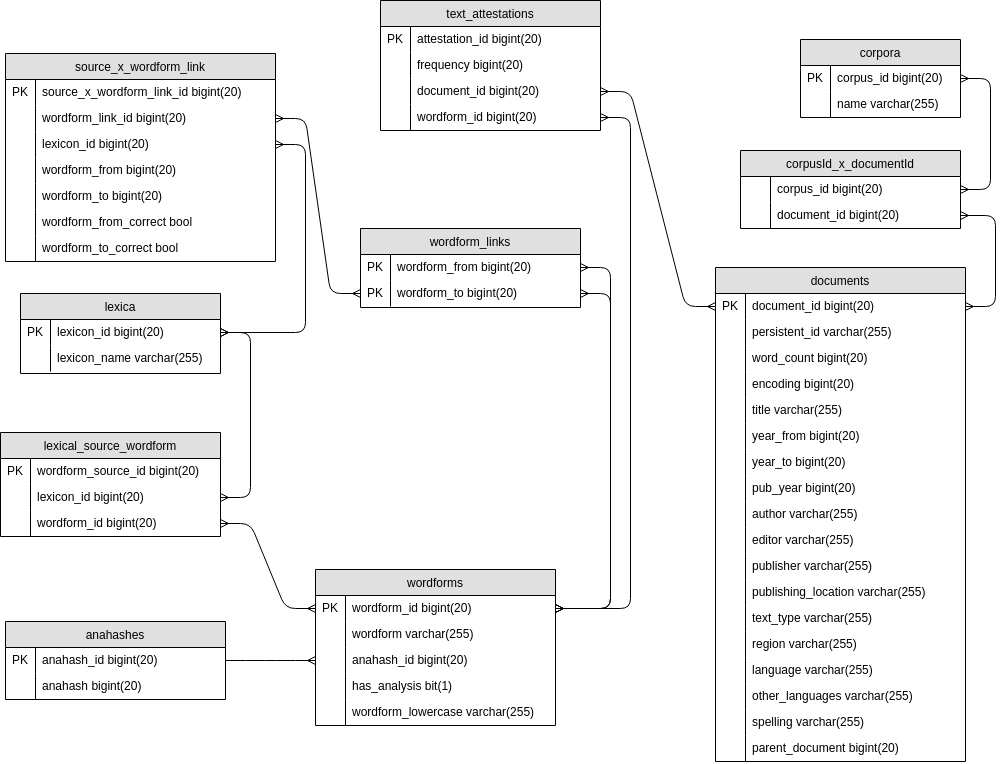
Before: img/ticclat.png, a diagram exported from draw.io (TICCLAT/docs). Source tidied: cells renumbered, new cells last; positions are measured from the earlier drawing's top-left corner, leaving out a move shared by most shapes.
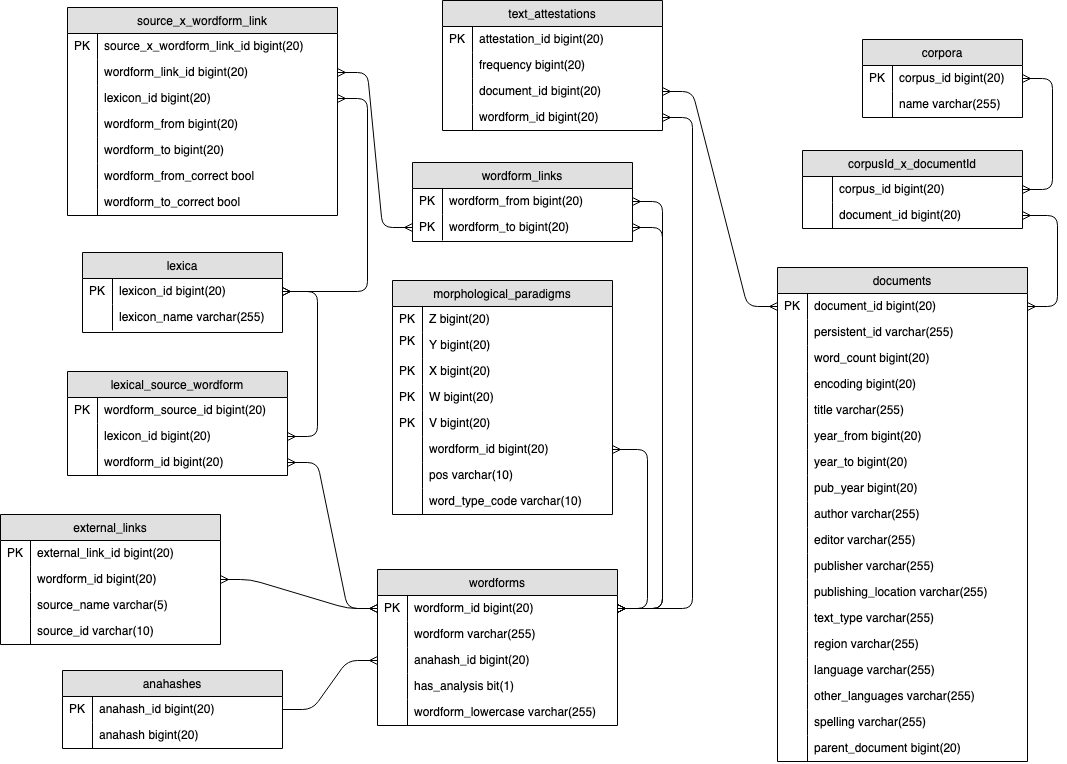
After the commit.

Commit message:
Add morphological paradigms and external links tables

The database schema was extended with a table for morphological paradigms and external links.

Diff of the diagram source:
```diff
@@ -3,7 +3,7 @@
     <mxCell id="0" />
     <mxCell id="1" parent="0" />
     <mxCell id="2" value="anahashes" style="swimlane;fontStyle=0;horizontal=1;startSize=26;fillColor=#e0e0e0;swimlaneFillColor=#ffffff;align=center;" parent="1" vertex="1">
-      <mxGeometry x="5" y="621" width="220" height="78" as="geometry" />
+      <mxGeometry y="670" width="220" height="78" as="geometry" />
     </mxCell>
     <mxCell id="3" value="anahash_id bigint(20) " style="shape=partialRectangle;top=0;left=0;right=0;bottom=0;align=left;verticalAlign=top;spacingTop=-2;fillColor=none;spacingLeft=34;spacingRight=4;overflow=hidden;points=[[0,0.5],[1,0.5]];portConstraint=eastwest;" parent="2" vertex="1">
       <mxGeometry y="26" width="220" height="26" as="geometry" />
@@ -144,7 +144,7 @@
       <mxGeometry width="30" height="26" as="geometry" />
     </mxCell>
     <mxCell id="49" value="lexica" style="swimlane;fontStyle=0;horizontal=1;startSize=26;fillColor=#e0e0e0;swimlaneFillColor=#ffffff;align=center;" parent="1" vertex="1">
-      <mxGeometry x="20" y="293" width="200" height="80" as="geometry" />
+      <mxGeometry x="20" y="252" width="200" height="80" as="geometry" />
     </mxCell>
     <mxCell id="50" value="lexicon_id bigint(20) " style="shape=partialRectangle;top=0;left=0;right=0;bottom=0;align=left;verticalAlign=top;spacingTop=-2;fillColor=none;spacingLeft=34;spacingRight=4;overflow=hidden;points=[[0,0.5],[1,0.5]];portConstraint=eastwest;" parent="49" vertex="1">
       <mxGeometry y="26" width="200" height="26" as="geometry" />
@@ -159,7 +159,7 @@
       <mxGeometry width="30" height="26" as="geometry" />
     </mxCell>
     <mxCell id="54" value="lexical_source_wordform" style="swimlane;fontStyle=0;horizontal=1;startSize=26;fillColor=#e0e0e0;swimlaneFillColor=#ffffff;align=center;" parent="1" vertex="1">
-      <mxGeometry y="432" width="220" height="104" as="geometry" />
+      <mxGeometry x="5" y="371" width="220" height="104" as="geometry" />
     </mxCell>
     <mxCell id="55" value="wordform_source_id bigint(20) " style="shape=partialRectangle;top=0;left=0;right=0;bottom=0;align=left;verticalAlign=top;spacingTop=-2;fillColor=none;spacingLeft=34;spacingRight=4;overflow=hidden;" parent="54" vertex="1">
       <mxGeometry y="26" width="220" height="26" as="geometry" />
@@ -180,7 +180,7 @@
       <mxGeometry width="30" height="26" as="geometry" />
     </mxCell>
     <mxCell id="61" value="source_x_wordform_link" style="swimlane;fontStyle=0;horizontal=1;startSize=26;fillColor=#e0e0e0;swimlaneFillColor=#ffffff;align=center;" parent="1" vertex="1">
-      <mxGeometry x="5" y="53" width="270" height="208" as="geometry" />
+      <mxGeometry x="5" y="7" width="270" height="208" as="geometry" />
     </mxCell>
     <mxCell id="62" value="source_x_wordform_link_id bigint(20)&#10;&#10; " style="shape=partialRectangle;top=0;left=0;right=0;bottom=0;align=left;verticalAlign=top;spacingTop=-2;fillColor=none;spacingLeft=34;spacingRight=4;overflow=hidden;" parent="61" vertex="1">
       <mxGeometry y="26" width="270" height="26" as="geometry" />
@@ -252,7 +252,7 @@
       <mxGeometry width="30" height="26" as="geometry" />
     </mxCell>
     <mxCell id="85" value="wordform_links" style="swimlane;fontStyle=0;horizontal=1;startSize=26;fillColor=#e0e0e0;swimlaneFillColor=#ffffff;align=center;" parent="1" vertex="1">
-      <mxGeometry x="360" y="228" width="220" height="79" as="geometry" />
+      <mxGeometry x="350" y="162" width="220" height="79" as="geometry" />
     </mxCell>
     <mxCell id="86" value="wordform_from bigint(20) " style="shape=partialRectangle;top=0;left=0;right=0;bottom=0;align=left;verticalAlign=top;spacingTop=-2;fillColor=none;spacingLeft=34;spacingRight=4;overflow=hidden;points=[[0,0.5],[1,0.5]];portConstraint=eastwest;" parent="85" vertex="1">
       <mxGeometry y="26" width="220" height="26" as="geometry" />
@@ -347,5 +347,89 @@
     <mxCell id="116" style="edgeStyle=entityRelationEdgeStyle;fontSize=12;html=1;endArrow=ERmany;" parent="1" edge="1" source="3" target="95">
       <mxGeometry relative="1" as="geometry" />
     </mxCell>
+    <mxCell id="117" value="morphological_paradigms" style="swimlane;fontStyle=0;horizontal=1;startSize=26;fillColor=#e0e0e0;swimlaneFillColor=#ffffff;align=center;" parent="1" vertex="1">
+      <mxGeometry x="330" y="280" width="220" height="234" as="geometry" />
+    </mxCell>
+    <mxCell id="118" value="Z bigint(20) " style="shape=partialRectangle;top=0;left=0;right=0;bottom=0;align=left;verticalAlign=top;spacingTop=-2;fillColor=none;spacingLeft=34;spacingRight=4;overflow=hidden;" parent="117" vertex="1">
+      <mxGeometry y="26" width="220" height="26" as="geometry" />
+    </mxCell>
+    <mxCell id="119" value="PK" style="shape=partialRectangle;top=0;left=0;bottom=0;fillColor=none;align=left;verticalAlign=middle;spacingLeft=4;spacingRight=4;overflow=hidden;" parent="118" vertex="1">
+      <mxGeometry width="30" height="26" as="geometry" />
+    </mxCell>
+    <mxCell id="120" value="Y bigint(20)&#10;" style="shape=partialRectangle;top=0;left=0;right=0;bottom=0;align=left;verticalAlign=top;spacingTop=-2;fillColor=none;spacingLeft=34;spacingRight=4;overflow=hidden;" parent="117" vertex="1">
+      <mxGeometry y="52" width="220" height="26" as="geometry" />
+    </mxCell>
+    <mxCell id="121" value="PK&#10;" style="shape=partialRectangle;top=0;left=0;bottom=0;fillColor=none;align=left;verticalAlign=middle;spacingLeft=4;spacingRight=4;overflow=hidden;" parent="120" vertex="1">
+      <mxGeometry width="30" height="26" as="geometry" />
+    </mxCell>
+    <mxCell id="122" value="X bigint(20)" style="shape=partialRectangle;top=0;left=0;right=0;bottom=0;align=left;verticalAlign=top;spacingTop=-2;fillColor=none;spacingLeft=34;spacingRight=4;overflow=hidden;" parent="117" vertex="1">
+      <mxGeometry y="78" width="220" height="26" as="geometry" />
+    </mxCell>
+    <mxCell id="123" value="PK" style="shape=partialRectangle;top=0;left=0;bottom=0;fillColor=none;align=left;verticalAlign=middle;spacingLeft=4;spacingRight=4;overflow=hidden;" parent="122" vertex="1">
+      <mxGeometry width="30" height="26" as="geometry" />
+    </mxCell>
+    <mxCell id="124" value="W bigint(20)" style="shape=partialRectangle;top=0;left=0;right=0;bottom=0;align=left;verticalAlign=top;spacingTop=-2;fillColor=none;spacingLeft=34;spacingRight=4;overflow=hidden;" parent="117" vertex="1">
+      <mxGeometry y="104" width="220" height="26" as="geometry" />
+    </mxCell>
+    <mxCell id="125" value="PK" style="shape=partialRectangle;top=0;left=0;bottom=0;fillColor=none;align=left;verticalAlign=middle;spacingLeft=4;spacingRight=4;overflow=hidden;" parent="124" vertex="1">
+      <mxGeometry width="30" height="26" as="geometry" />
+    </mxCell>
+    <mxCell id="126" value="V bigint(20)" style="shape=partialRectangle;top=0;left=0;right=0;bottom=0;align=left;verticalAlign=top;spacingTop=-2;fillColor=none;spacingLeft=34;spacingRight=4;overflow=hidden;" parent="117" vertex="1">
+      <mxGeometry y="130" width="220" height="26" as="geometry" />
+    </mxCell>
+    <mxCell id="127" value="PK" style="shape=partialRectangle;top=0;left=0;bottom=0;fillColor=none;align=left;verticalAlign=middle;spacingLeft=4;spacingRight=4;overflow=hidden;" parent="126" vertex="1">
+      <mxGeometry width="30" height="26" as="geometry" />
+    </mxCell>
+    <mxCell id="128" value="wordform_id bigint(20)" style="shape=partialRectangle;top=0;left=0;right=0;bottom=0;align=left;verticalAlign=top;spacingTop=-2;fillColor=none;spacingLeft=34;spacingRight=4;overflow=hidden;points=[[0,0.5],[1,0.5]];portConstraint=eastwest;" parent="117" vertex="1">
+      <mxGeometry y="156" width="220" height="26" as="geometry" />
+    </mxCell>
+    <mxCell id="129" style="shape=partialRectangle;top=0;left=0;bottom=0;fillColor=none;align=left;verticalAlign=middle;spacingLeft=4;spacingRight=4;overflow=hidden;" parent="128" vertex="1">
+      <mxGeometry width="30" height="26" as="geometry" />
+    </mxCell>
+    <mxCell id="130" value="pos varchar(10)" style="shape=partialRectangle;top=0;left=0;right=0;bottom=0;align=left;verticalAlign=top;spacingTop=-2;fillColor=none;spacingLeft=34;spacingRight=4;overflow=hidden;" parent="117" vertex="1">
+      <mxGeometry y="182" width="220" height="26" as="geometry" />
+    </mxCell>
+    <mxCell id="131" style="shape=partialRectangle;top=0;left=0;bottom=0;fillColor=none;align=left;verticalAlign=middle;spacingLeft=4;spacingRight=4;overflow=hidden;" parent="130" vertex="1">
+      <mxGeometry width="30" height="26" as="geometry" />
+    </mxCell>
+    <mxCell id="132" value="word_type_code varchar(10)" style="shape=partialRectangle;top=0;left=0;right=0;bottom=0;align=left;verticalAlign=top;spacingTop=-2;fillColor=none;spacingLeft=34;spacingRight=4;overflow=hidden;" parent="117" vertex="1">
+      <mxGeometry y="208" width="220" height="26" as="geometry" />
+    </mxCell>
+    <mxCell id="133" style="shape=partialRectangle;top=0;left=0;bottom=0;fillColor=none;align=left;verticalAlign=middle;spacingLeft=4;spacingRight=4;overflow=hidden;" parent="132" vertex="1">
+      <mxGeometry width="30" height="26" as="geometry" />
+    </mxCell>
+    <mxCell id="134" style="edgeStyle=entityRelationEdgeStyle;fontSize=12;html=1;endArrow=ERmany;startArrow=ERmany;exitX=1;exitY=0.5;exitDx=0;exitDy=0;" parent="1" edge="1" source="91" target="128">
+      <mxGeometry relative="1" as="geometry" />
+    </mxCell>
+    <mxCell id="135" value="external_links" style="swimlane;fontStyle=0;horizontal=1;startSize=26;fillColor=#e0e0e0;swimlaneFillColor=#ffffff;align=center;" parent="1" vertex="1">
+      <mxGeometry x="-62" y="514" width="220" height="130" as="geometry" />
+    </mxCell>
+    <mxCell id="136" value="external_link_id bigint(20) " style="shape=partialRectangle;top=0;left=0;right=0;bottom=0;align=left;verticalAlign=top;spacingTop=-2;fillColor=none;spacingLeft=34;spacingRight=4;overflow=hidden;" parent="135" vertex="1">
+      <mxGeometry y="26" width="220" height="26" as="geometry" />
+    </mxCell>
+    <mxCell id="137" value="PK" style="shape=partialRectangle;top=0;left=0;bottom=0;fillColor=none;align=left;verticalAlign=middle;spacingLeft=4;spacingRight=4;overflow=hidden;" parent="136" vertex="1">
+      <mxGeometry width="30" height="26" as="geometry" />
+    </mxCell>
+    <mxCell id="138" value="wordform_id bigint(20)" style="shape=partialRectangle;top=0;left=0;right=0;bottom=0;align=left;verticalAlign=top;spacingTop=-2;fillColor=none;spacingLeft=34;spacingRight=4;overflow=hidden;points=[[0,0.5],[1,0.5]];portConstraint=eastwest;" parent="135" vertex="1">
+      <mxGeometry y="52" width="220" height="26" as="geometry" />
+    </mxCell>
+    <mxCell id="139" style="shape=partialRectangle;top=0;left=0;bottom=0;fillColor=none;align=left;verticalAlign=middle;spacingLeft=4;spacingRight=4;overflow=hidden;" parent="138" vertex="1">
+      <mxGeometry width="30" height="26" as="geometry" />
+    </mxCell>
+    <mxCell id="140" value="source_name varchar(5)" style="shape=partialRectangle;top=0;left=0;right=0;bottom=0;align=left;verticalAlign=top;spacingTop=-2;fillColor=none;spacingLeft=34;spacingRight=4;overflow=hidden;" parent="135" vertex="1">
+      <mxGeometry y="78" width="220" height="26" as="geometry" />
+    </mxCell>
+    <mxCell id="141" style="shape=partialRectangle;top=0;left=0;bottom=0;fillColor=none;align=left;verticalAlign=middle;spacingLeft=4;spacingRight=4;overflow=hidden;" parent="140" vertex="1">
+      <mxGeometry width="30" height="26" as="geometry" />
+    </mxCell>
+    <mxCell id="142" value="source_id varchar(10)" style="shape=partialRectangle;top=0;left=0;right=0;bottom=0;align=left;verticalAlign=top;spacingTop=-2;fillColor=none;spacingLeft=34;spacingRight=4;overflow=hidden;" parent="135" vertex="1">
+      <mxGeometry y="104" width="220" height="26" as="geometry" />
+    </mxCell>
+    <mxCell id="143" style="shape=partialRectangle;top=0;left=0;bottom=0;fillColor=none;align=left;verticalAlign=middle;spacingLeft=4;spacingRight=4;overflow=hidden;" parent="142" vertex="1">
+      <mxGeometry width="30" height="26" as="geometry" />
+    </mxCell>
+    <mxCell id="144" style="edgeStyle=entityRelationEdgeStyle;fontSize=12;html=1;endArrow=ERmany;startArrow=ERmany;entryX=0;entryY=0.5;entryDx=0;entryDy=0;" parent="1" edge="1" source="138" target="91">
+      <mxGeometry relative="1" as="geometry" />
+    </mxCell>
   </root>
 </mxGraphModel>
```
